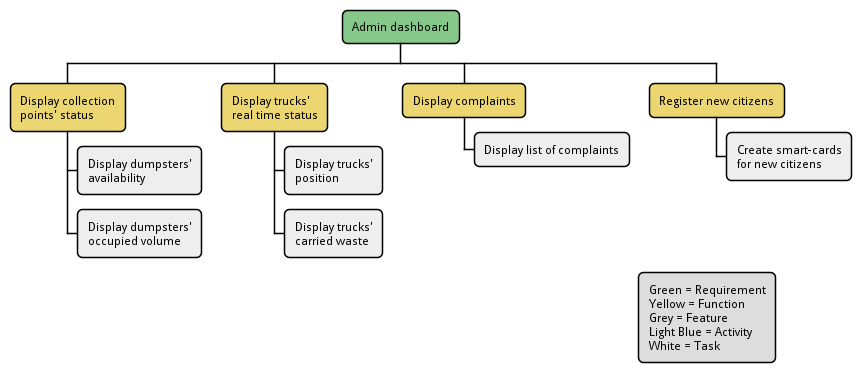
The PlantUML diagram uml/wbs-admin-dashboard.pm.png in SmartWasteCollection/project-management, before a commit.
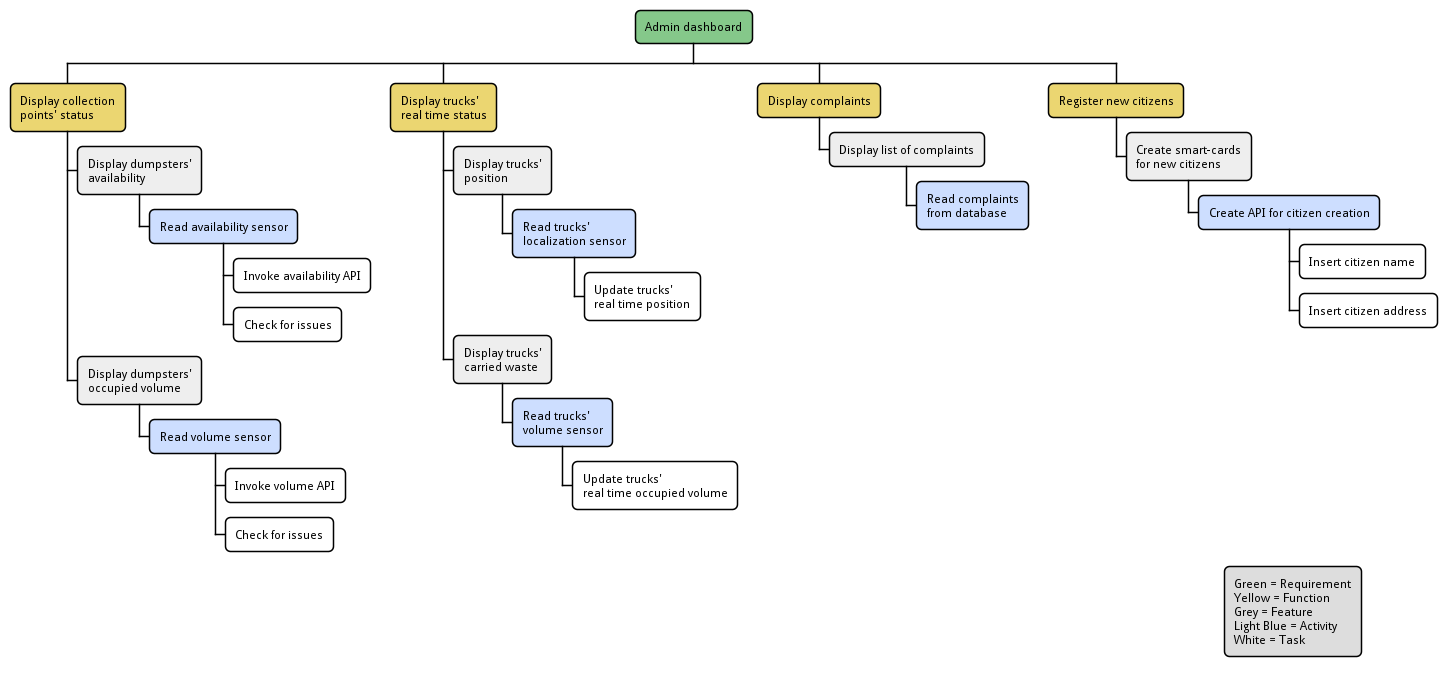
After the change.

Commit message:
docs(uml): generate PNG files for PlantUML diagrams

The edit, as a diff of the source:
```diff
@@ -4,16 +4,31 @@
 requirement(Admin dashboard)
 function(Display collection\npoints' status)
 feature(Display dumpsters'\navailability)
+activity(Read availability sensor)
+task(Invoke availability API)
+task(Check for issues)
 feature(Display dumpsters'\noccupied volume)
+activity(Read volume sensor)
+task(Invoke volume API)
+task(Check for issues)
 
 function(Display trucks'\nreal time status)
 feature(Display trucks'\nposition)
+activity(Read trucks'\nlocalization sensor)
+task(Update trucks'\nreal time position)
 feature(Display trucks'\ncarried waste)
+activity(Read trucks'\nvolume sensor)
+task(Update trucks'\nreal time occupied volume)
 
 function(Display complaints)
 feature(Display list of complaints)
+activity(Read complaints\nfrom database)
 
 function(Register new citizens)
 feature(Create smart-cards\nfor new citizens)
+activity(Create API for citizen creation)
+task(Insert citizen name)
+task(Insert citizen address)
+
 
 @endwbs
```
